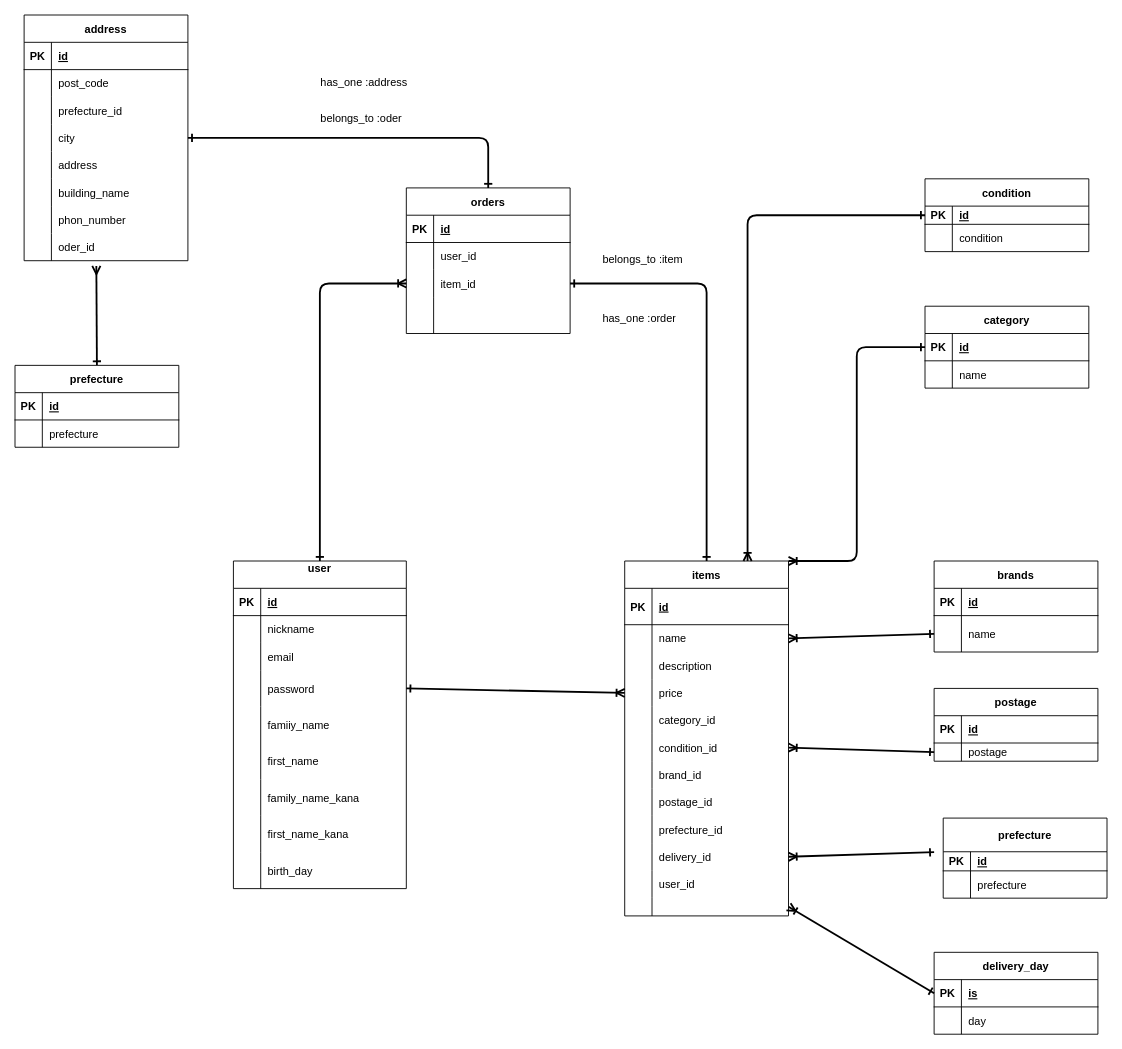
kenzamu/furima-38977 keeps this draw.io diagram as test.dio. Above is the earlier version. Source tidied: cells renumbered, new cells numbered last; positions are measured from the earlier drawing's top-left corner, leaving out a move shared by most shapes. Both pictures are drawn from the tidied source at 91%, with x=0, y=0 at pixel (15, 15).
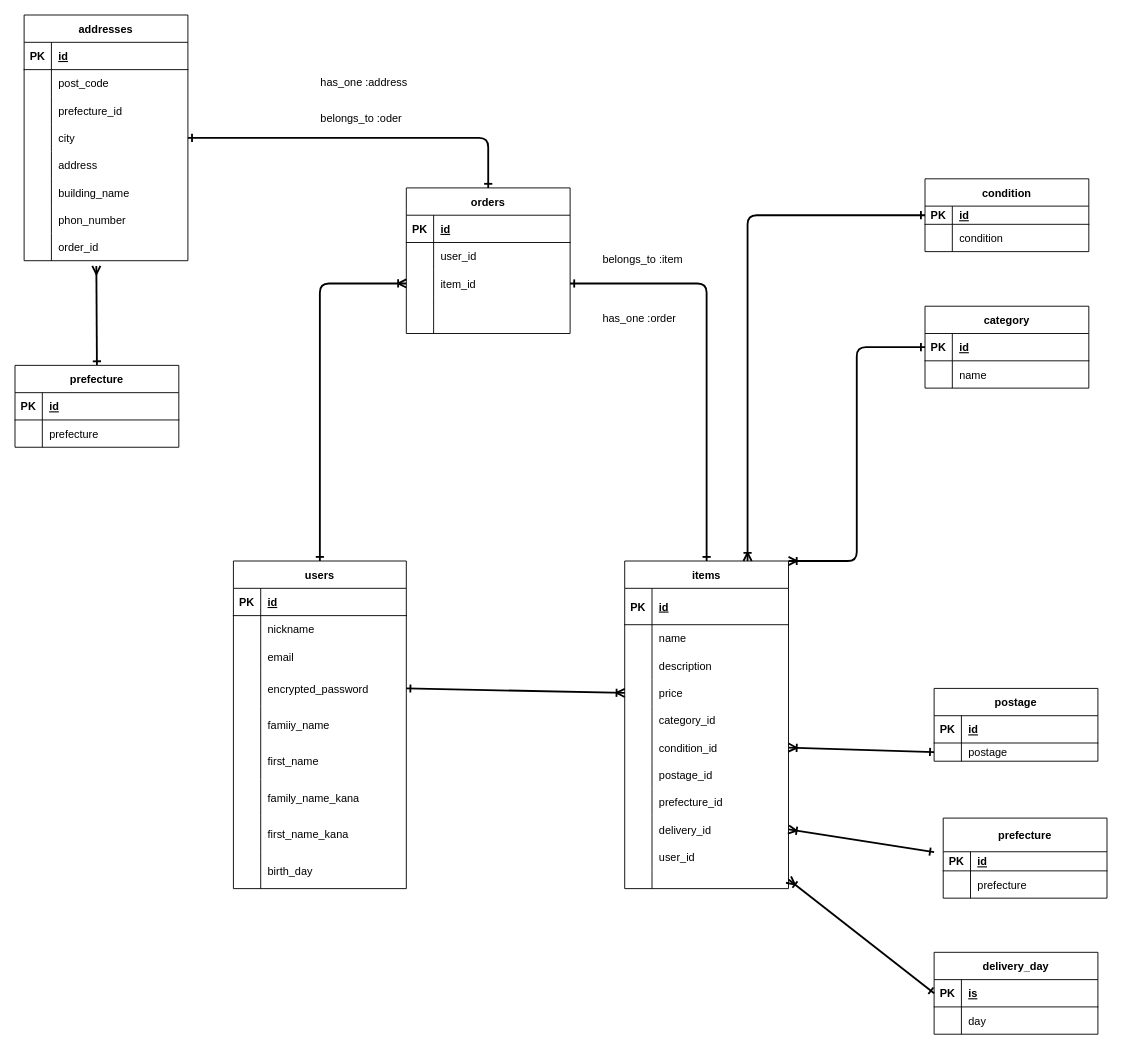
The same diagram, later.

The change refers to these unchanged cells:
```xml
<mxCell id="13" style="shape=tableRow;horizontal=0;startSize=0;swimlaneHead=0;swimlaneBody=0;fillColor=none;points=[[0,0.5],[1,0.5]];portConstraint=eastwest;top=0;left=0;right=0;bottom=0;" parent="3" vertex="1">
  <mxGeometry y="120" width="190" height="40" as="geometry" />
</mxCell>
<mxCell id="35" style="shape=tableRow;horizontal=0;startSize=0;swimlaneHead=0;swimlaneBody=0;fillColor=none;points=[[0,0.5],[1,0.5]];portConstraint=eastwest;top=0;left=0;right=0;bottom=0;" parent="31" vertex="1">
  <mxGeometry y="70" width="180" height="30" as="geometry" />
</mxCell>
<mxCell id="105" style="shape=tableRow;horizontal=0;startSize=0;swimlaneHead=0;swimlaneBody=0;fillColor=none;points=[[0,0.5],[1,0.5]];portConstraint=eastwest;top=0;left=0;right=0;bottom=0;" parent="83" vertex="1">
  <mxGeometry y="240" width="180" height="30" as="geometry" />
</mxCell>
```

What changed in the source:
```diff
@@
-    <mxCell id="3" value="&#10;&#10;user&#10;&#10;&#10;" style="shape=table;startSize=30;childLayout=tableLayout;rowLines=0;fontStyle=1;align=center;" parent="1" vertex="1">
+    <mxCell id="3" value="users" style="shape=table;startSize=30;childLayout=tableLayout;rowLines=0;fontStyle=1;align=center;" parent="1" vertex="1">
       <mxGeometry x="240" y="600" width="190" height="360" as="geometry" />
     </mxCell>
@@
-    <mxCell id="15" value="password" style="shape=partialRectangle;fillColor=none;top=0;left=0;bottom=0;right=0;align=left;spacingLeft=6;overflow=hidden;" parent="13" vertex="1">
+    <mxCell id="15" value="encrypted_password" style="shape=partialRectangle;fillColor=none;top=0;left=0;bottom=0;right=0;align=left;spacingLeft=6;overflow=hidden;" parent="13" vertex="1">
       <mxGeometry x="30" width="160" height="40" as="geometry" />
     </mxCell>
@@
     <mxCell id="31" value="items" style="shape=table;startSize=30;childLayout=tableLayout;rowLines=0;fontStyle=1;align=center;" parent="1" vertex="1">
-      <mxGeometry x="670" y="600" width="180" height="390" as="geometry" />
+      <mxGeometry x="670" y="600" width="180" height="360" as="geometry" />
     </mxCell>
@@
-    <mxCell id="50" style="shape=tableRow;horizontal=0;startSize=0;swimlaneHead=0;swimlaneBody=0;fillColor=none;top=0;left=0;right=0;bottom=0;" parent="31" vertex="1">
-      <mxGeometry y="220" width="180" height="30" as="geometry" />
-    </mxCell>
-    <mxCell id="51" style="shape=partialRectangle;fillColor=none;top=0;left=0;bottom=0;right=0;overflow=hidden;" parent="50" vertex="1">
-      <mxGeometry width="30" height="30" as="geometry" />
-    </mxCell>
-    <mxCell id="52" value="brand_id" style="shape=partialRectangle;fillColor=none;top=0;left=0;bottom=0;right=0;align=left;spacingLeft=6;overflow=hidden;" parent="50" vertex="1">
-      <mxGeometry x="30" width="150" height="30" as="geometry" />
-    </mxCell>
     <mxCell id="53" style="shape=tableRow;horizontal=0;startSize=0;swimlaneHead=0;swimlaneBody=0;fillColor=none;top=0;left=0;right=0;bottom=0;" parent="31" vertex="1">
-      <mxGeometry y="250" width="180" height="30" as="geometry" />
+      <mxGeometry y="220" width="180" height="30" as="geometry" />
     </mxCell>
@@
     <mxCell id="56" style="shape=tableRow;horizontal=0;startSize=0;swimlaneHead=0;swimlaneBody=0;fillColor=none;top=0;left=0;right=0;bottom=0;" parent="31" vertex="1">
-      <mxGeometry y="280" width="180" height="30" as="geometry" />
+      <mxGeometry y="250" width="180" height="30" as="geometry" />
     </mxCell>
@@
     <mxCell id="59" style="shape=tableRow;horizontal=0;startSize=0;swimlaneHead=0;swimlaneBody=0;fillColor=none;points=[[0,0.5],[1,0.5]];portConstraint=eastwest;top=0;left=0;right=0;bottom=0;" parent="31" vertex="1">
-      <mxGeometry y="310" width="180" height="30" as="geometry" />
+      <mxGeometry y="280" width="180" height="30" as="geometry" />
     </mxCell>
@@
     <mxCell id="62" style="shape=tableRow;horizontal=0;startSize=0;swimlaneHead=0;swimlaneBody=0;fillColor=none;top=0;left=0;right=0;bottom=0;" parent="31" vertex="1">
-      <mxGeometry y="340" width="180" height="30" as="geometry" />
+      <mxGeometry y="310" width="180" height="30" as="geometry" />
     </mxCell>
@@
     <mxCell id="65" style="shape=tableRow;horizontal=0;startSize=0;swimlaneHead=0;swimlaneBody=0;fillColor=none;points=[[0,0.5],[1,0.5]];portConstraint=eastwest;top=0;left=0;right=0;bottom=0;" parent="31" vertex="1">
-      <mxGeometry y="370" width="180" height="20" as="geometry" />
+      <mxGeometry y="340" width="180" height="20" as="geometry" />
     </mxCell>
@@
-    <mxCell id="83" value="address" style="shape=table;startSize=30;childLayout=tableLayout;rowLines=0;fontStyle=1;align=center;" parent="1" vertex="1">
+    <mxCell id="83" value="addresses" style="shape=table;startSize=30;childLayout=tableLayout;rowLines=0;fontStyle=1;align=center;" parent="1" vertex="1">
       <mxGeometry x="10" width="180" height="270" as="geometry" />
     </mxCell>
@@
-    <mxCell id="107" value="oder_id" style="shape=partialRectangle;fillColor=none;top=0;left=0;bottom=0;right=0;align=left;spacingLeft=6;overflow=hidden;" parent="105" vertex="1">
+    <mxCell id="107" value="order_id" style="shape=partialRectangle;fillColor=none;top=0;left=0;bottom=0;right=0;align=left;spacingLeft=6;overflow=hidden;" parent="105" vertex="1">
       <mxGeometry x="30" width="150" height="30" as="geometry" />
     </mxCell>
@@
-    <mxCell id="137" value="brands" style="shape=table;startSize=30;childLayout=tableLayout;rowLines=0;fontStyle=1;align=center;" parent="1" vertex="1">
-      <mxGeometry x="1010" y="600" width="180" height="100" as="geometry" />
-    </mxCell>
-    <mxCell id="138" style="shape=tableRow;horizontal=0;startSize=0;swimlaneHead=0;swimlaneBody=0;fillColor=none;top=0;left=0;right=0;bottom=1;" parent="137" vertex="1">
-      <mxGeometry y="30" width="180" height="30" as="geometry" />
-    </mxCell>
-    <mxCell id="139" value="PK" style="shape=partialRectangle;fillColor=none;top=0;left=0;bottom=0;right=0;fontStyle=1;overflow=hidden;" parent="138" vertex="1">
-      <mxGeometry width="30" height="30" as="geometry" />
-    </mxCell>
-    <mxCell id="140" value="id" style="shape=partialRectangle;fillColor=none;top=0;left=0;bottom=0;right=0;align=left;spacingLeft=6;fontStyle=5;overflow=hidden;" parent="138" vertex="1">
-      <mxGeometry x="30" width="150" height="30" as="geometry" />
-    </mxCell>
-    <mxCell id="141" style="shape=tableRow;horizontal=0;startSize=0;swimlaneHead=0;swimlaneBody=0;fillColor=none;points=[[0,0.5],[1,0.5]];portConstraint=eastwest;top=0;left=0;right=0;bottom=0;" parent="137" vertex="1">
-      <mxGeometry y="60" width="180" height="40" as="geometry" />
-    </mxCell>
-    <mxCell id="142" style="shape=partialRectangle;fillColor=none;top=0;left=0;bottom=0;right=0;overflow=hidden;" parent="141" vertex="1">
-      <mxGeometry width="30" height="40" as="geometry" />
-    </mxCell>
-    <mxCell id="143" value="name" style="shape=partialRectangle;fillColor=none;top=0;left=0;bottom=0;right=0;align=left;spacingLeft=6;overflow=hidden;" parent="141" vertex="1">
-      <mxGeometry x="30" width="150" height="40" as="geometry" />
-    </mxCell>
-    <mxCell id="144" style="edgeStyle=none;html=1;exitX=0;exitY=0.5;exitDx=0;exitDy=0;entryX=1;entryY=0.5;entryDx=0;entryDy=0;strokeWidth=2;startArrow=ERone;startFill=0;endArrow=ERoneToMany;endFill=0;elbow=vertical;" parent="1" edge="1" source="141" target="35">
-      <mxGeometry relative="1" as="geometry" />
-    </mxCell>
```
